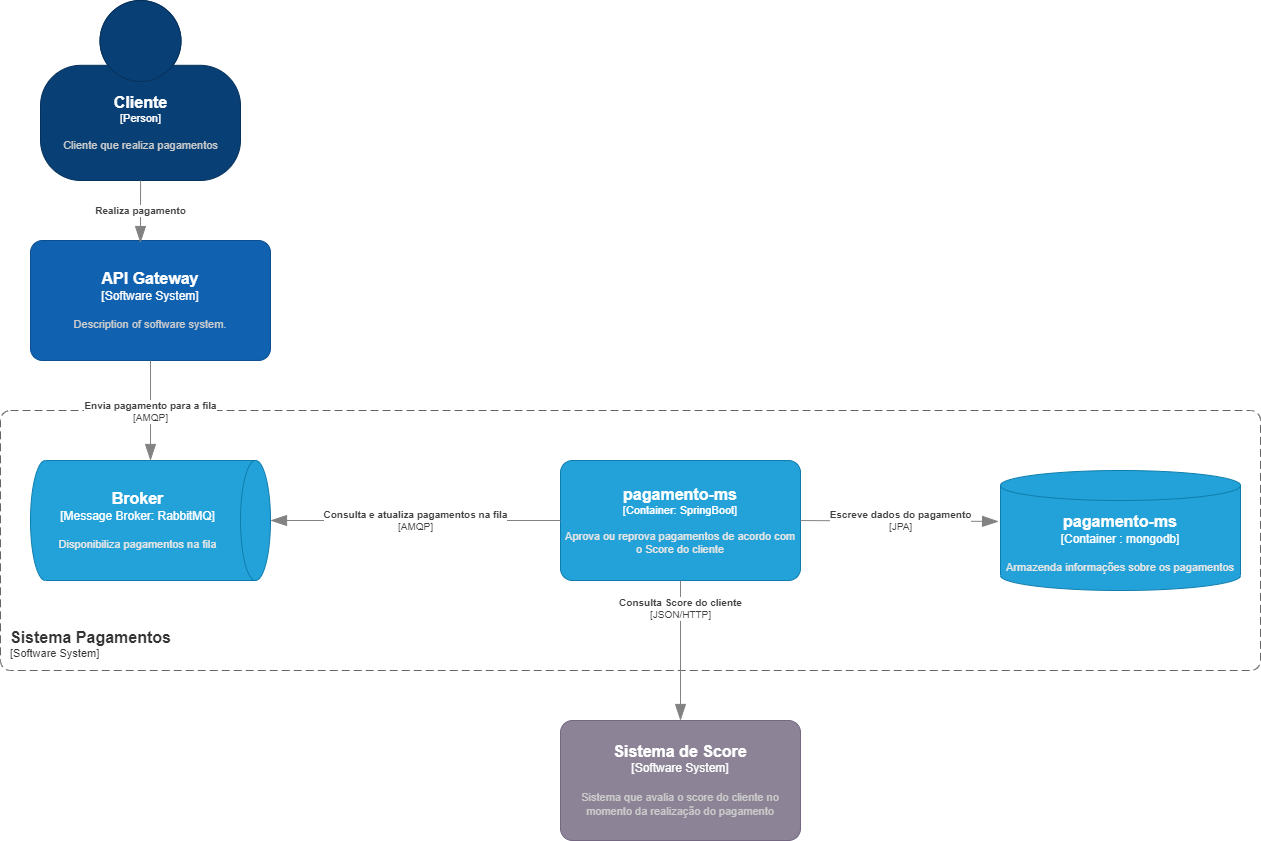
Earlier version of the draw.io export Container Pagamentos.drawio.png (felipesalvadordev/payment-system-architecture-C4). Source tidied: cells renumbered, new cells last; positions are measured from the earlier drawing's top-left corner, leaving out a move shared by most shapes.
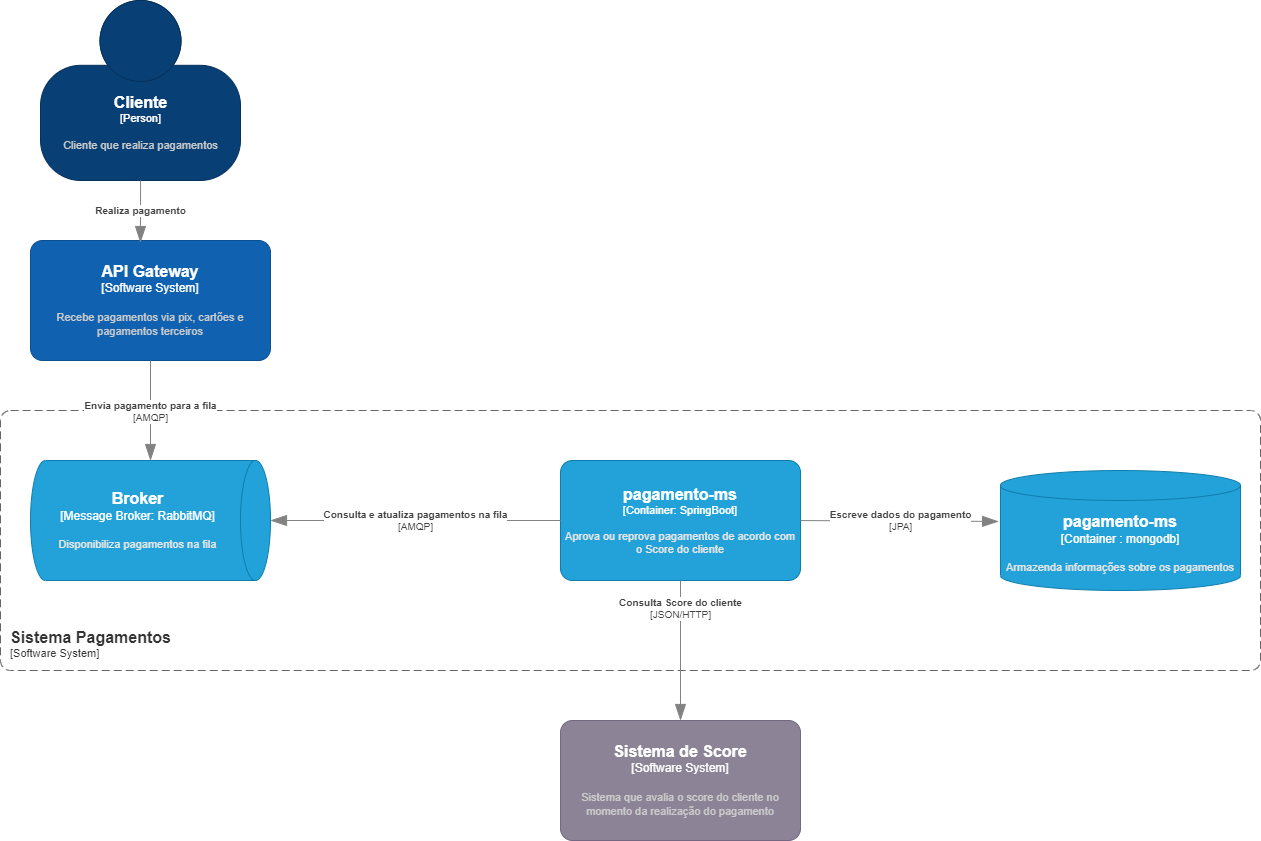
After the commit.

Diff of the diagram source:
```diff
@@ -12,7 +12,7 @@
         <mxGeometry y="410" width="1260" height="260" as="geometry" />
       </mxCell>
     </object>
-    <object id="4" label="&lt;font style=&quot;font-size: 16px&quot;&gt;&lt;b&gt;%c4Name%&lt;/b&gt;&lt;/font&gt;&lt;div&gt;[%c4Type%]&lt;/div&gt;&lt;br&gt;&lt;div&gt;&lt;font style=&quot;font-size: 11px&quot;&gt;&lt;font color=&quot;#cccccc&quot;&gt;%c4Description%&lt;/font&gt;&lt;/div&gt;" c4Description="Description of software system." c4Name="API Gateway" c4Type="Software System" placeholders="1">
+    <object id="4" label="&lt;font style=&quot;font-size: 16px&quot;&gt;&lt;b&gt;%c4Name%&lt;/b&gt;&lt;/font&gt;&lt;div&gt;[%c4Type%]&lt;/div&gt;&lt;br&gt;&lt;div&gt;&lt;font style=&quot;font-size: 11px&quot;&gt;&lt;font color=&quot;#cccccc&quot;&gt;%c4Description%&lt;/font&gt;&lt;/div&gt;" c4Description="Recebe pagamentos via pix, cartões e pagamentos terceiros" c4Name="API Gateway" c4Type="Software System" placeholders="1">
       <mxCell style="rounded=1;whiteSpace=wrap;html=1;labelBackgroundColor=none;fillColor=#1061B0;fontColor=#ffffff;align=center;arcSize=10;strokeColor=#0D5091;points=[[0.25,0,0],[0.5,0,0],[0.75,0,0],[1,0.25,0],[1,0.5,0],[1,0.75,0],[0.75,1,0],[0.5,1,0],[0.25,1,0],[0,0.75,0],[0,0.5,0],[0,0.25,0]];" parent="1" vertex="1">
         <mxGeometry x="30" y="240" width="240" height="120" as="geometry" />
       </mxCell>
```
